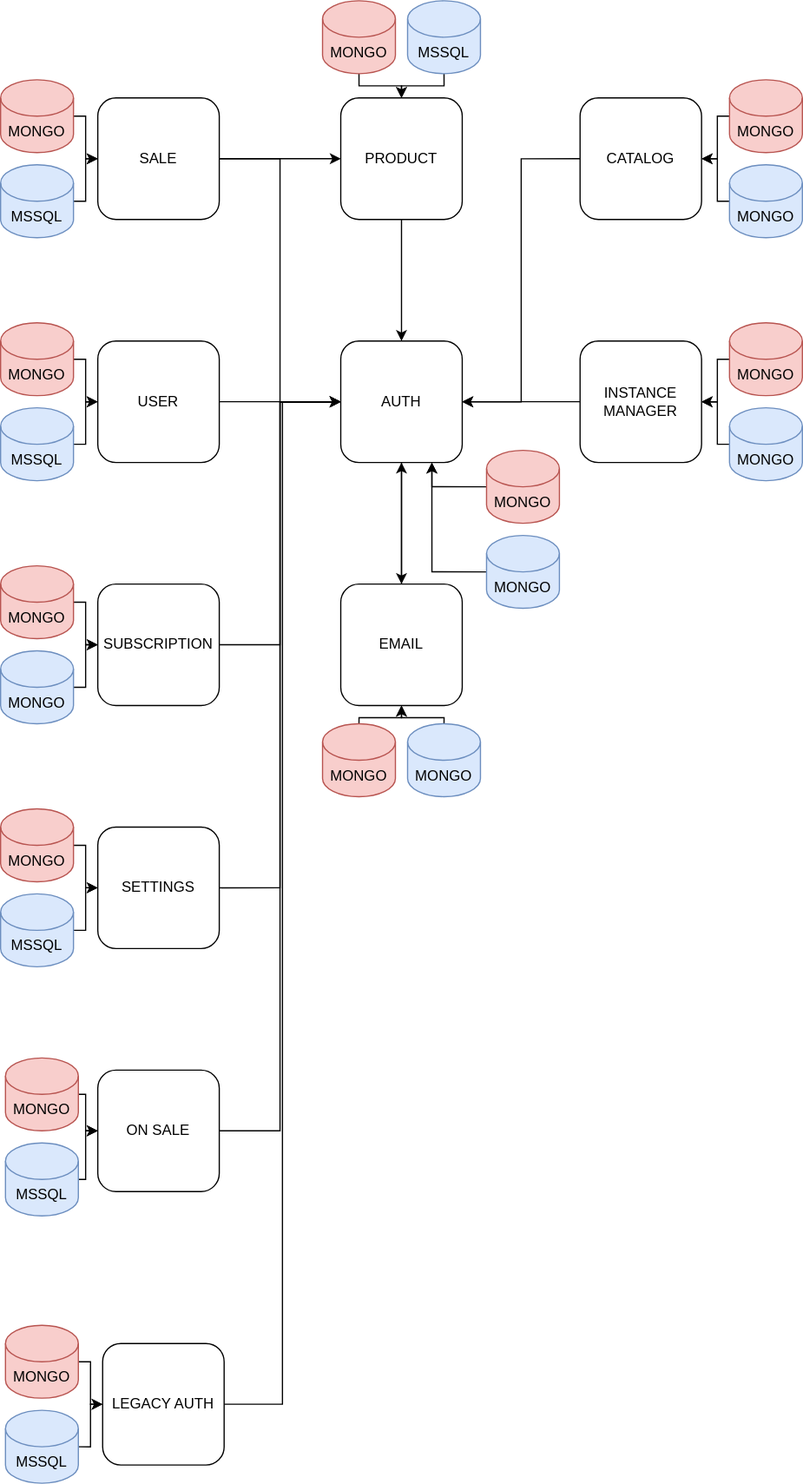
alphasistemas/aPIDoc keeps this draw.io diagram as images/APIs.drawio.svg. Above is the earlier version. Source tidied: cells renumbered, new cells last; positions are measured from the earlier drawing's top-left corner, leaving out a move shared by most shapes.
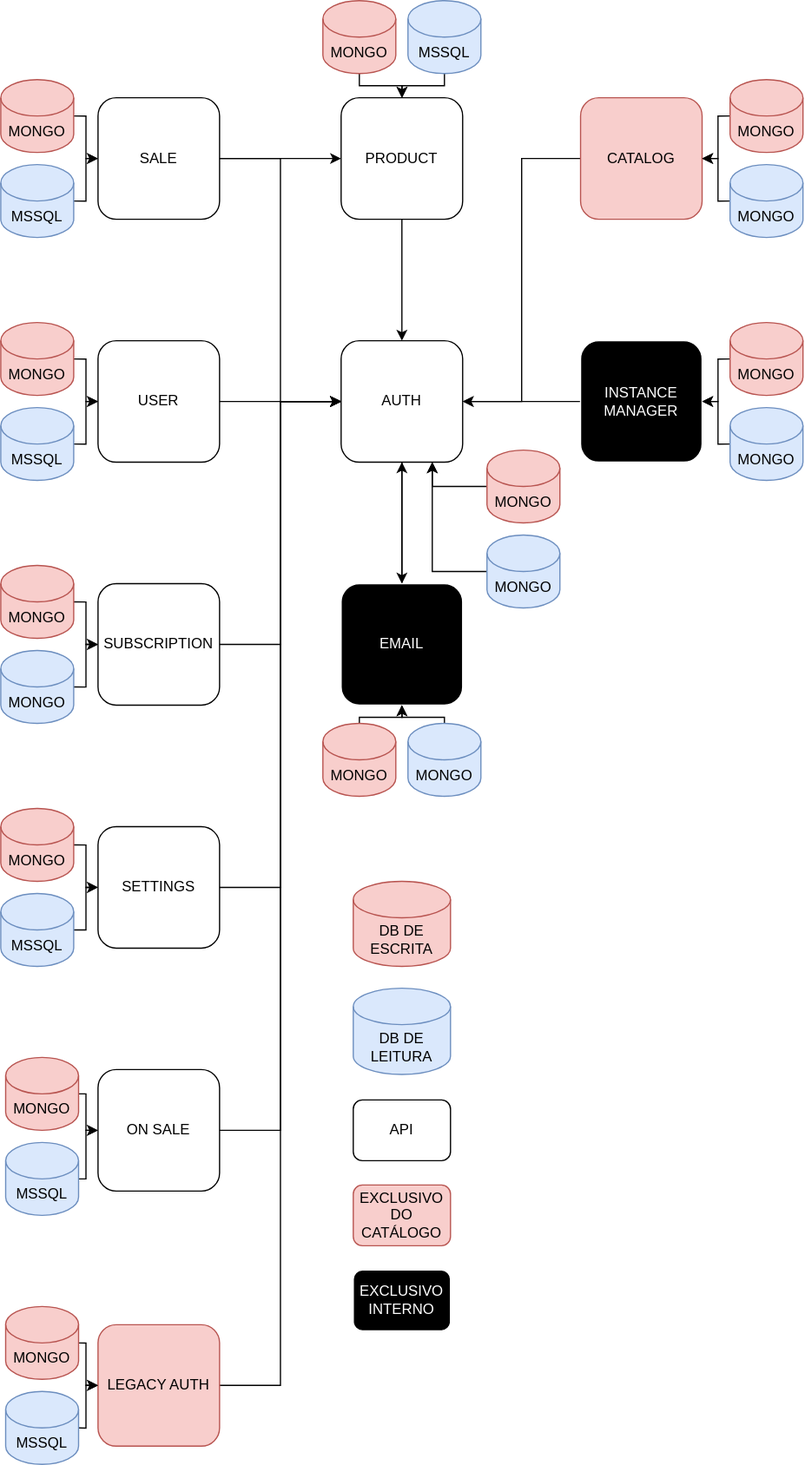
Later version of the same file.

The edit, as a diff of the source:
```diff
@@ -44,8 +44,8 @@
     <mxCell id="15" style="edgeStyle=orthogonalEdgeStyle;rounded=0;jettySize=auto;html=1;exitX=1;exitY=0.5;exitDx=0;exitDy=0;entryX=0;entryY=0.5;entryDx=0;entryDy=0;" parent="1" edge="1" source="16" target="3">
       <mxGeometry relative="1" as="geometry" />
     </mxCell>
-    <mxCell id="16" value="LEGACY AUTH" style="rounded=1;whiteSpace=wrap;html=1;fontSize=12;glass=0;strokeWidth=1;shadow=0;" parent="1" vertex="1">
-      <mxGeometry x="84" y="1105" width="100" height="100" as="geometry" />
+    <mxCell id="16" value="LEGACY AUTH" style="rounded=1;whiteSpace=wrap;html=1;fontSize=12;glass=0;strokeWidth=1;shadow=0;fillColor=#f8cecc;strokeColor=#b85450;" parent="1" vertex="1">
+      <mxGeometry x="80" y="1090" width="100" height="100" as="geometry" />
     </mxCell>
     <mxCell id="17" style="edgeStyle=orthogonalEdgeStyle;rounded=0;jettySize=auto;html=1;exitX=1;exitY=0.5;exitDx=0;exitDy=0;entryX=0;entryY=0.5;entryDx=0;entryDy=0;" parent="1" edge="1" source="18" target="3">
       <mxGeometry relative="1" as="geometry" />
@@ -56,19 +56,19 @@
     <mxCell id="19" style="edgeStyle=orthogonalEdgeStyle;rounded=0;jettySize=auto;html=1;exitX=0;exitY=0.5;exitDx=0;exitDy=0;entryX=1;entryY=0.5;entryDx=0;entryDy=0;" parent="1" edge="1" source="20" target="3">
       <mxGeometry relative="1" as="geometry" />
     </mxCell>
-    <mxCell id="20" value="CATALOG" style="rounded=1;whiteSpace=wrap;html=1;fontSize=12;glass=0;strokeWidth=1;shadow=0;" parent="1" vertex="1">
+    <mxCell id="20" value="CATALOG" style="rounded=1;whiteSpace=wrap;html=1;fontSize=12;glass=0;strokeWidth=1;shadow=0;fillColor=#f8cecc;strokeColor=#b85450;" parent="1" vertex="1">
       <mxGeometry x="477" y="80" width="100" height="100" as="geometry" />
     </mxCell>
     <mxCell id="21" style="edgeStyle=orthogonalEdgeStyle;rounded=0;jettySize=auto;html=1;exitX=0.5;exitY=0;exitDx=0;exitDy=0;entryX=0.5;entryY=1;entryDx=0;entryDy=0;" parent="1" edge="1" source="22" target="3">
       <mxGeometry relative="1" as="geometry" />
     </mxCell>
-    <mxCell id="22" value="EMAIL" style="rounded=1;whiteSpace=wrap;html=1;fontSize=12;glass=0;strokeWidth=1;shadow=0;" parent="1" vertex="1">
+    <mxCell id="22" value="EMAIL" style="rounded=1;whiteSpace=wrap;html=1;fontSize=12;glass=0;strokeWidth=1;shadow=0;fontColor=#FFFFFF;fillColor=#000000;strokeColor=#FFFFFF;" parent="1" vertex="1">
       <mxGeometry x="280" y="480" width="100" height="100" as="geometry" />
     </mxCell>
     <mxCell id="23" style="edgeStyle=orthogonalEdgeStyle;rounded=0;jettySize=auto;html=1;exitX=0;exitY=0.5;exitDx=0;exitDy=0;entryX=1;entryY=0.5;entryDx=0;entryDy=0;" parent="1" edge="1" source="24" target="3">
       <mxGeometry relative="1" as="geometry" />
     </mxCell>
-    <mxCell id="24" value="INSTANCE MANAGER" style="rounded=1;whiteSpace=wrap;html=1;fontSize=12;glass=0;strokeWidth=1;shadow=0;" parent="1" vertex="1">
+    <mxCell id="24" value="INSTANCE MANAGER" style="rounded=1;whiteSpace=wrap;html=1;fontSize=12;glass=0;strokeWidth=1;shadow=0;fillColor=#000000;strokeColor=#FFFFFF;fontColor=#FFFFFF;" parent="1" vertex="1">
       <mxGeometry x="477" y="280" width="100" height="100" as="geometry" />
     </mxCell>
     <mxCell id="25" style="edgeStyle=orthogonalEdgeStyle;rounded=0;jettySize=auto;html=1;exitX=0;exitY=0.5;exitDx=0;exitDy=0;exitPerimeter=0;" parent="1" edge="1" source="26">
@@ -223,25 +223,24 @@
     <mxCell id="53" style="edgeStyle=orthogonalEdgeStyle;rounded=0;jettySize=auto;html=1;exitX=1;exitY=0.5;exitDx=0;exitDy=0;exitPerimeter=0;entryX=0;entryY=0.5;entryDx=0;entryDy=0;" parent="1" edge="1" source="54" target="16">
       <mxGeometry relative="1" as="geometry">
         <Array as="points">
-          <mxPoint x="74" y="1120" />
-          <mxPoint x="74" y="1155" />
+          <mxPoint x="70" y="1105" />
+          <mxPoint x="70" y="1140" />
         </Array>
       </mxGeometry>
     </mxCell>
     <mxCell id="54" value="MONGO" style="shape=cylinder3;whiteSpace=wrap;html=1;boundedLbl=1;backgroundOutline=1;size=15;fillColor=#f8cecc;strokeColor=#b85450;" parent="1" vertex="1">
-      <mxGeometry x="4" y="1090" width="60" height="60" as="geometry" />
+      <mxGeometry x="4" y="1075" width="60" height="60" as="geometry" />
     </mxCell>
-    <mxCell id="55" style="edgeStyle=orthogonalEdgeStyle;rounded=0;jettySize=auto;html=1;exitX=1;exitY=0.5;exitDx=0;exitDy=0;exitPerimeter=0;" parent="1" edge="1" source="56">
+    <mxCell id="55" style="edgeStyle=orthogonalEdgeStyle;rounded=0;jettySize=auto;html=1;exitX=1;exitY=0.5;exitDx=0;exitDy=0;exitPerimeter=0;entryX=0;entryY=0.5;entryDx=0;entryDy=0;" parent="1" edge="1" source="56" target="16">
       <mxGeometry relative="1" as="geometry">
-        <mxPoint x="84" y="1155" as="targetPoint" />
         <Array as="points">
-          <mxPoint x="74" y="1190" />
-          <mxPoint x="74" y="1155" />
+          <mxPoint x="70" y="1175" />
+          <mxPoint x="70" y="1140" />
         </Array>
       </mxGeometry>
     </mxCell>
     <mxCell id="56" value="MSSQL" style="shape=cylinder3;whiteSpace=wrap;html=1;boundedLbl=1;backgroundOutline=1;size=15;fillColor=#dae8fc;strokeColor=#6c8ebf;" parent="1" vertex="1">
-      <mxGeometry x="4" y="1160" width="60" height="60" as="geometry" />
+      <mxGeometry x="4" y="1145" width="60" height="60" as="geometry" />
     </mxCell>
     <mxCell id="57" style="edgeStyle=orthogonalEdgeStyle;rounded=0;jettySize=auto;html=1;exitX=1;exitY=0.5;exitDx=0;exitDy=0;exitPerimeter=0;entryX=0;entryY=0.5;entryDx=0;entryDy=0;" parent="1" edge="1" source="58" target="18">
       <mxGeometry relative="1" as="geometry">
@@ -309,5 +308,20 @@
     <mxCell id="68" value="MONGO" style="shape=cylinder3;whiteSpace=wrap;html=1;boundedLbl=1;backgroundOutline=1;size=15;fillColor=#dae8fc;strokeColor=#6c8ebf;" parent="1" vertex="1">
       <mxGeometry x="335" y="595" width="60" height="60" as="geometry" />
     </mxCell>
+    <mxCell id="69" value="DB DE ESCRITA" style="shape=cylinder3;whiteSpace=wrap;html=1;boundedLbl=1;backgroundOutline=1;size=15;fillColor=#f8cecc;strokeColor=#b85450;" parent="1" vertex="1">
+      <mxGeometry x="290" y="725" width="80" height="70" as="geometry" />
+    </mxCell>
+    <mxCell id="70" value="DB DE LEITURA" style="shape=cylinder3;whiteSpace=wrap;html=1;boundedLbl=1;backgroundOutline=1;size=15;fillColor=#dae8fc;strokeColor=#6c8ebf;" parent="1" vertex="1">
+      <mxGeometry x="290" y="813" width="80" height="71" as="geometry" />
+    </mxCell>
+    <mxCell id="71" value="EXCLUSIVO&lt;br&gt;DO CATÁLOGO" style="rounded=1;whiteSpace=wrap;html=1;fontSize=12;glass=0;strokeWidth=1;shadow=0;fillColor=#f8cecc;strokeColor=#b85450;" parent="1" vertex="1">
+      <mxGeometry x="290" y="975" width="80" height="50" as="geometry" />
+    </mxCell>
+    <mxCell id="72" value="EXCLUSIVO&lt;br&gt;INTERNO" style="rounded=1;whiteSpace=wrap;html=1;fontSize=12;glass=0;strokeWidth=1;shadow=0;fillColor=#000000;strokeColor=#FFFFFF;fontColor=#FFFFFF;" parent="1" vertex="1">
+      <mxGeometry x="290" y="1045" width="80" height="50" as="geometry" />
+    </mxCell>
+    <mxCell id="73" value="API" style="rounded=1;whiteSpace=wrap;html=1;fontSize=12;glass=0;strokeWidth=1;shadow=0;" parent="1" vertex="1">
+      <mxGeometry x="290" y="905" width="80" height="50" as="geometry" />
+    </mxCell>
   </root>
 </mxGraphModel>
```
